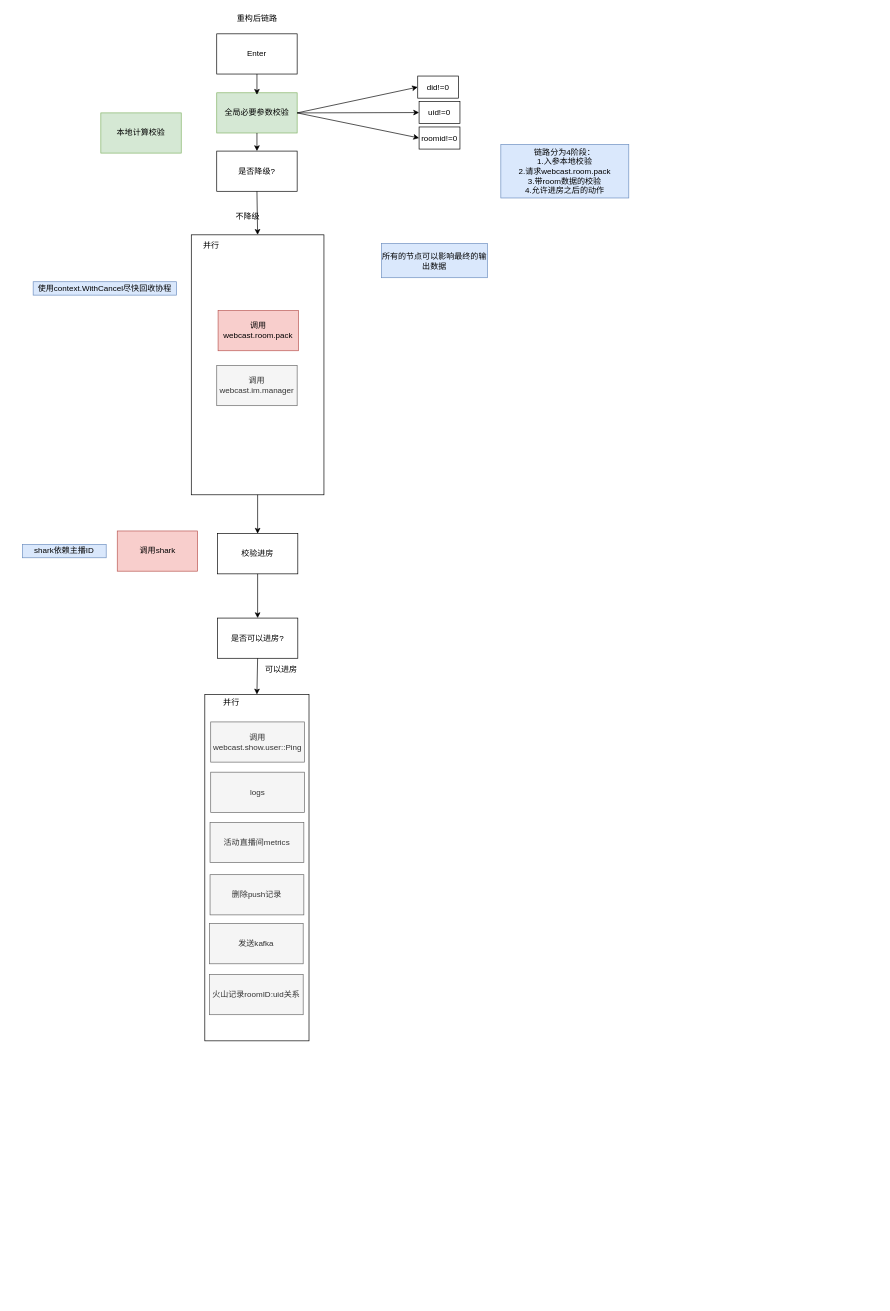
The draw.io diagram page "refactor" (3 of 3) of room_enter.drawio in xhd2015/bog, before the edit. Source tidied: cells renumbered, new cells numbered last; positions are measured from the earlier drawing's top-left corner, leaving out a move shared by most shapes. Both pictures are drawn from the tidied source at 67%, with x=0, y=0 at pixel (22, 11).
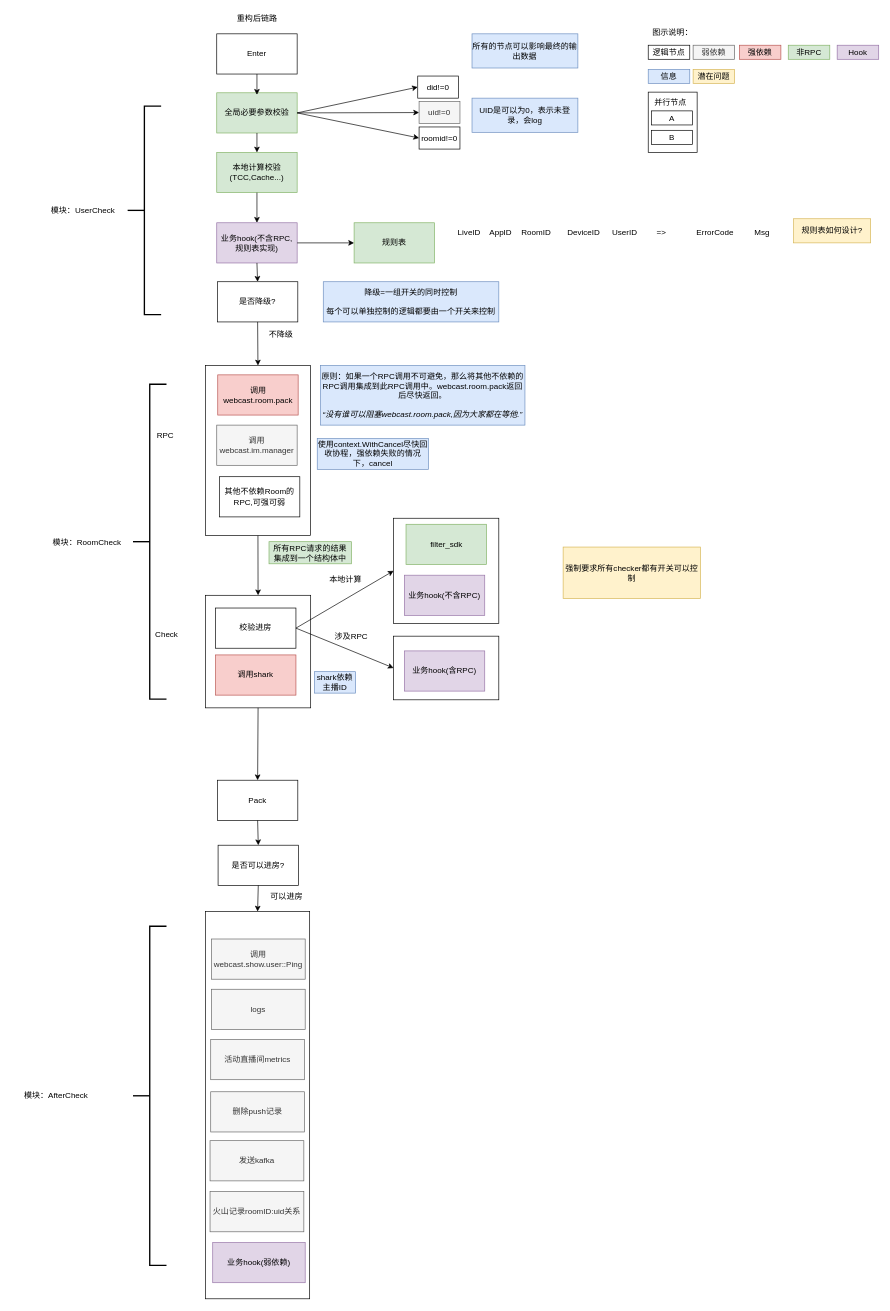
After the change.

Unchanged cells that the change refers to:
```xml
<mxCell id="4" value="全局必要参数校验" style="rounded=0;whiteSpace=wrap;html=1;fillColor=#d5e8d4;strokeColor=#82b366;" parent="1" vertex="1">
  <mxGeometry x="290" y="121" width="120" height="60" as="geometry" />
</mxCell>
```

The edit, as a diff of the source:
```diff
@@
+    <mxCell id="40" style="rounded=0;whiteSpace=wrap;html=1;fillColor=#ffffff;" parent="1" vertex="1">
+      <mxGeometry x="554" y="756" width="157" height="157" as="geometry" />
+    </mxCell>
+    <mxCell id="41" style="rounded=0;whiteSpace=wrap;html=1;fillColor=#ffffff;" parent="1" vertex="1">
+      <mxGeometry x="273.2" y="871" width="157" height="168" as="geometry" />
+    </mxCell>
@@
-    <mxCell id="7" value="uid!=0" style="rounded=0;whiteSpace=wrap;html=1;fillColor=#ffffff;" parent="1" vertex="1">
+    <mxCell id="7" value="uid!=0" style="rounded=0;whiteSpace=wrap;html=1;fillColor=#f5f5f5;strokeColor=#666666;fontColor=#333333;" parent="1" vertex="1">
       <mxGeometry x="592" y="134" width="61" height="33" as="geometry" />
     </mxCell>
@@
     <mxCell id="12" style="rounded=0;whiteSpace=wrap;html=1;fillColor=#ffffff;" parent="1" vertex="1">
-      <mxGeometry x="252" y="333" width="198" height="388" as="geometry" />
+      <mxGeometry x="273" y="528" width="157" height="254" as="geometry" />
     </mxCell>
-    <mxCell id="13" value="并行" style="text;html=1;strokeColor=none;fillColor=none;align=center;verticalAlign=middle;whiteSpace=wrap;rounded=0;" parent="1" vertex="1">
-      <mxGeometry x="261.5" y="339" width="40" height="20" as="geometry" />
-    </mxCell>
-    <mxCell id="14" value="本地计算校验" style="rounded=0;whiteSpace=wrap;html=1;fillColor=#d5e8d4;strokeColor=#82b366;" parent="1" vertex="1">
-      <mxGeometry x="117" y="151" width="120" height="60" as="geometry" />
+    <mxCell id="14" value="本地计算校验(TCC,Cache...)" style="rounded=0;whiteSpace=wrap;html=1;fillColor=#d5e8d4;strokeColor=#82b366;" parent="1" vertex="1">
+      <mxGeometry x="290" y="210" width="120" height="60" as="geometry" />
     </mxCell>
     <mxCell id="15" value="是否降级?" style="rounded=0;whiteSpace=wrap;html=1;fillColor=#ffffff;" parent="1" vertex="1">
-      <mxGeometry x="290" y="208" width="120" height="60" as="geometry" />
+      <mxGeometry x="291" y="403" width="120" height="60" as="geometry" />
     </mxCell>
     <mxCell id="16" value="调用webcast.room.pack" style="rounded=0;whiteSpace=wrap;html=1;fillColor=#f8cecc;strokeColor=#b85450;" parent="1" vertex="1">
-      <mxGeometry x="292" y="446" width="120" height="60" as="geometry" />
+      <mxGeometry x="291.5" y="542" width="120" height="60" as="geometry" />
     </mxCell>
-    <mxCell id="17" style="endArrow=classic;html=1;entryX=0.5;entryY=0;entryDx=0;entryDy=0;exitX=0.5;exitY=1;exitDx=0;exitDy=0;" parent="1" edge="1" source="4" target="15">
+    <mxCell id="17" style="endArrow=classic;html=1;entryX=0.5;entryY=0;entryDx=0;entryDy=0;exitX=0.5;exitY=1;exitDx=0;exitDy=0;" parent="1" edge="1" source="4" target="14">
       <mxGeometry relative="1" as="geometry" />
     </mxCell>
@@
-    <mxCell id="19" value="使用context.WithCancel尽快回收协程" style="text;html=1;strokeColor=#6c8ebf;fillColor=#dae8fc;align=center;verticalAlign=middle;whiteSpace=wrap;rounded=0;" parent="1" vertex="1">
-      <mxGeometry x="16" y="403" width="214" height="20" as="geometry" />
+    <mxCell id="19" value="使用context.WithCancel尽快回收协程，强依赖失败的情况下，cancel" style="text;html=1;strokeColor=#6c8ebf;fillColor=#dae8fc;align=center;verticalAlign=middle;whiteSpace=wrap;rounded=0;" parent="1" vertex="1">
+      <mxGeometry x="440" y="637" width="166" height="46" as="geometry" />
     </mxCell>
     <mxCell id="20" value="是否可以进房?" style="rounded=0;whiteSpace=wrap;html=1;fillColor=#ffffff;" parent="1" vertex="1">
-      <mxGeometry x="291" y="905" width="120" height="60" as="geometry" />
+      <mxGeometry x="292" y="1244" width="120" height="60" as="geometry" />
     </mxCell>
     <mxCell id="21" value="不降级" style="text;html=1;strokeColor=none;fillColor=none;align=center;verticalAlign=middle;whiteSpace=wrap;rounded=0;" parent="1" vertex="1">
-      <mxGeometry x="298" y="295" width="77" height="22" as="geometry" />
+      <mxGeometry x="358" y="471" width="56" height="22" as="geometry" />
     </mxCell>
     <mxCell id="22" value="可以进房" style="text;html=1;strokeColor=none;fillColor=none;align=center;verticalAlign=middle;whiteSpace=wrap;rounded=0;" parent="1" vertex="1">
-      <mxGeometry x="350" y="972" width="73" height="20" as="geometry" />
+      <mxGeometry x="358" y="1311" width="73" height="20" as="geometry" />
     </mxCell>
-    <mxCell id="23" style="endArrow=classic;html=1;exitX=0.5;exitY=1;exitDx=0;exitDy=0;entryX=0.5;entryY=0;entryDx=0;entryDy=0;" parent="1" edge="1" source="12" target="37">
+    <mxCell id="23" style="endArrow=classic;html=1;exitX=0.5;exitY=1;exitDx=0;exitDy=0;entryX=0.5;entryY=0;entryDx=0;entryDy=0;" parent="1" edge="1" source="12" target="41">
       <mxGeometry relative="1" as="geometry" />
     </mxCell>
     <mxCell id="24" style="rounded=0;whiteSpace=wrap;html=1;fillColor=#ffffff;" parent="1" vertex="1">
-      <mxGeometry x="272.2" y="1019" width="155.5" height="517" as="geometry" />
+      <mxGeometry x="273.2" y="1343" width="155.5" height="578" as="geometry" />
     </mxCell>
@@
-    <mxCell id="26" value="链路分为4阶段：&lt;br&gt;1.入参本地校验&lt;br&gt;2.请求webcast.room.pack&lt;br&gt;3.带room数据的校验&lt;br&gt;4.允许进房之后的动作" style="text;html=1;strokeColor=#6c8ebf;fillColor=#dae8fc;align=center;verticalAlign=middle;whiteSpace=wrap;rounded=0;" parent="1" vertex="1">
-      <mxGeometry x="714" y="198" width="191" height="80" as="geometry" />
-    </mxCell>
     <mxCell id="27" value="调用shark" style="rounded=0;whiteSpace=wrap;html=1;fillColor=#f8cecc;strokeColor=#b85450;" parent="1" vertex="1">
-      <mxGeometry x="141.5" y="775" width="120" height="60" as="geometry" />
+      <mxGeometry x="288.2" y="960" width="120" height="60" as="geometry" />
     </mxCell>
     <mxCell id="28" value="所有的节点可以影响最终的输出数据" style="text;html=1;strokeColor=#6c8ebf;fillColor=#dae8fc;align=center;verticalAlign=middle;whiteSpace=wrap;rounded=0;" parent="1" vertex="1">
-      <mxGeometry x="536" y="346" width="158" height="51" as="geometry" />
+      <mxGeometry x="671" y="33" width="158" height="51" as="geometry" />
     </mxCell>
     <mxCell id="29" value="调用webcast.im.manager" style="rounded=0;whiteSpace=wrap;html=1;fillColor=#f5f5f5;strokeColor=#666666;fontColor=#333333;" parent="1" vertex="1">
-      <mxGeometry x="290" y="528" width="120" height="60" as="geometry" />
+      <mxGeometry x="290" y="617" width="120" height="60" as="geometry" />
     </mxCell>
-    <mxCell id="30" value="并行" style="text;html=1;strokeColor=none;fillColor=none;align=center;verticalAlign=middle;whiteSpace=wrap;rounded=0;" parent="1" vertex="1">
-      <mxGeometry x="292" y="1021" width="40" height="20" as="geometry" />
-    </mxCell>
     <mxCell id="31" value="调用webcast.show.user::Ping" style="rounded=0;whiteSpace=wrap;html=1;fillColor=#f5f5f5;strokeColor=#666666;fontColor=#333333;" parent="1" vertex="1">
-      <mxGeometry x="281" y="1060" width="140" height="60" as="geometry" />
+      <mxGeometry x="282" y="1384" width="140" height="60" as="geometry" />
     </mxCell>
     <mxCell id="32" value="logs" style="rounded=0;whiteSpace=wrap;html=1;fillColor=#f5f5f5;strokeColor=#666666;fontColor=#333333;" parent="1" vertex="1">
-      <mxGeometry x="281" y="1135" width="140" height="60" as="geometry" />
+      <mxGeometry x="282" y="1459" width="140" height="60" as="geometry" />
     </mxCell>
     <mxCell id="33" value="活动直播间metrics" style="rounded=0;whiteSpace=wrap;html=1;fillColor=#f5f5f5;strokeColor=#666666;fontColor=#333333;" parent="1" vertex="1">
-      <mxGeometry x="280" y="1210" width="140" height="60" as="geometry" />
+      <mxGeometry x="281" y="1534" width="140" height="60" as="geometry" />
     </mxCell>
     <mxCell id="34" value="删除push记录" style="rounded=0;whiteSpace=wrap;html=1;fillColor=#f5f5f5;strokeColor=#666666;fontColor=#333333;" parent="1" vertex="1">
-      <mxGeometry x="280" y="1288" width="140" height="60" as="geometry" />
+      <mxGeometry x="281" y="1612" width="140" height="60" as="geometry" />
     </mxCell>
     <mxCell id="35" value="发送kafka" style="rounded=0;whiteSpace=wrap;html=1;fillColor=#f5f5f5;strokeColor=#666666;fontColor=#333333;" parent="1" vertex="1">
-      <mxGeometry x="279" y="1361" width="140" height="60" as="geometry" />
+      <mxGeometry x="280" y="1685" width="140" height="60" as="geometry" />
     </mxCell>
     <mxCell id="36" value="火山记录roomID:uid关系" style="rounded=0;whiteSpace=wrap;html=1;fillColor=#f5f5f5;strokeColor=#666666;fontColor=#333333;" parent="1" vertex="1">
-      <mxGeometry x="279" y="1437" width="140" height="60" as="geometry" />
+      <mxGeometry x="280" y="1761" width="140" height="60" as="geometry" />
     </mxCell>
     <mxCell id="37" value="校验进房" style="rounded=0;whiteSpace=wrap;html=1;fillColor=#ffffff;" parent="1" vertex="1">
-      <mxGeometry x="291" y="779" width="120" height="60" as="geometry" />
+      <mxGeometry x="288.2" y="890" width="120" height="60" as="geometry" />
     </mxCell>
-    <mxCell id="38" style="endArrow=classic;html=1;exitX=0.5;exitY=1;exitDx=0;exitDy=0;entryX=0.5;entryY=0;entryDx=0;entryDy=0;" parent="1" edge="1" source="37" target="20">
+    <mxCell id="38" style="endArrow=classic;html=1;exitX=0.5;exitY=1;exitDx=0;exitDy=0;entryX=0.5;entryY=0;entryDx=0;entryDy=0;" parent="1" edge="1" source="41" target="77">
       <mxGeometry relative="1" as="geometry" />
     </mxCell>
     <mxCell id="39" value="shark依赖主播ID" style="text;html=1;strokeColor=#6c8ebf;fillColor=#dae8fc;align=center;verticalAlign=middle;whiteSpace=wrap;rounded=0;" parent="1" vertex="1">
-      <mxGeometry y="795" width="125" height="20" as="geometry" />
+      <mxGeometry x="436" y="985" width="61.2" height="32" as="geometry" />
     </mxCell>
+    <mxCell id="42" style="endArrow=classic;html=1;entryX=0.5;entryY=0;entryDx=0;entryDy=0;exitX=0.5;exitY=1;exitDx=0;exitDy=0;" parent="1" edge="1" source="14" target="44">
+      <mxGeometry relative="1" as="geometry" />
+    </mxCell>
+    <mxCell id="43" value="UID是可以为0，表示未登录，会log" style="text;html=1;strokeColor=#6c8ebf;fillColor=#dae8fc;align=center;verticalAlign=middle;whiteSpace=wrap;rounded=0;" parent="1" vertex="1">
+      <mxGeometry x="671" y="129" width="158" height="51" as="geometry" />
+    </mxCell>
+    <mxCell id="44" value="业务hook(不含RPC,规则表实现)" style="rounded=0;whiteSpace=wrap;html=1;fillColor=#e1d5e7;strokeColor=#9673a6;" parent="1" vertex="1">
+      <mxGeometry x="290" y="315" width="120" height="60" as="geometry" />
+    </mxCell>
+    <mxCell id="45" style="endArrow=classic;html=1;entryX=0.5;entryY=0;entryDx=0;entryDy=0;exitX=0.5;exitY=1;exitDx=0;exitDy=0;" parent="1" edge="1" source="44" target="15">
+      <mxGeometry relative="1" as="geometry" />
+    </mxCell>
+    <mxCell id="46" style="endArrow=classic;html=1;exitX=1;exitY=0.5;exitDx=0;exitDy=0;entryX=0;entryY=0.5;entryDx=0;entryDy=0;" parent="1" edge="1" source="44" target="47">
+      <mxGeometry relative="1" as="geometry" />
+    </mxCell>
+    <mxCell id="47" value="规则表" style="rounded=0;whiteSpace=wrap;html=1;fillColor=#d5e8d4;strokeColor=#82b366;" parent="1" vertex="1">
+      <mxGeometry x="495" y="315" width="120" height="60" as="geometry" />
+    </mxCell>
+    <mxCell id="48" value="LiveID" style="text;html=1;strokeColor=none;fillColor=none;align=center;verticalAlign=middle;whiteSpace=wrap;rounded=0;" parent="1" vertex="1">
+      <mxGeometry x="647" y="320" width="40" height="20" as="geometry" />
+    </mxCell>
+    <mxCell id="49" value="AppID" style="text;html=1;strokeColor=none;fillColor=none;align=center;verticalAlign=middle;whiteSpace=wrap;rounded=0;" parent="1" vertex="1">
+      <mxGeometry x="694" y="320" width="40" height="20" as="geometry" />
+    </mxCell>
+    <mxCell id="50" value="=&amp;gt;" style="text;html=1;strokeColor=none;fillColor=none;align=center;verticalAlign=middle;whiteSpace=wrap;rounded=0;" parent="1" vertex="1">
+      <mxGeometry x="934" y="320" width="40" height="20" as="geometry" />
+    </mxCell>
+    <mxCell id="51" value="ErrorCode" style="text;html=1;strokeColor=none;fillColor=none;align=center;verticalAlign=middle;whiteSpace=wrap;rounded=0;" parent="1" vertex="1">
+      <mxGeometry x="1000" y="320" width="68" height="20" as="geometry" />
+    </mxCell>
+    <mxCell id="52" value="Msg" style="text;html=1;strokeColor=none;fillColor=none;align=center;verticalAlign=middle;whiteSpace=wrap;rounded=0;" parent="1" vertex="1">
+      <mxGeometry x="1070" y="320" width="68" height="20" as="geometry" />
+    </mxCell>
+    <mxCell id="53" value="DeviceID" style="text;html=1;strokeColor=none;fillColor=none;align=center;verticalAlign=middle;whiteSpace=wrap;rounded=0;" parent="1" vertex="1">
+      <mxGeometry x="818" y="320" width="40" height="20" as="geometry" />
+    </mxCell>
+    <mxCell id="54" value="RoomID" style="text;html=1;strokeColor=none;fillColor=none;align=center;verticalAlign=middle;whiteSpace=wrap;rounded=0;" parent="1" vertex="1">
+      <mxGeometry x="747" y="320" width="40" height="20" as="geometry" />
+    </mxCell>
+    <mxCell id="55" value="UserID" style="text;html=1;strokeColor=none;fillColor=none;align=center;verticalAlign=middle;whiteSpace=wrap;rounded=0;" parent="1" vertex="1">
+      <mxGeometry x="879" y="320" width="40" height="20" as="geometry" />
+    </mxCell>
+    <mxCell id="56" value="规则表如何设计?" style="text;html=1;strokeColor=#d6b656;fillColor=#fff2cc;align=center;verticalAlign=middle;whiteSpace=wrap;rounded=0;" parent="1" vertex="1">
+      <mxGeometry x="1151" y="309" width="115" height="36" as="geometry" />
+    </mxCell>
+    <mxCell id="57" value="其他不依赖Room的RPC,可强可弱" style="rounded=0;whiteSpace=wrap;html=1;" parent="1" vertex="1">
+      <mxGeometry x="294" y="694" width="120" height="60" as="geometry" />
+    </mxCell>
+    <mxCell id="58" value="原则：如果一个RPC调用不可避免，那么将其他不依赖的RPC调用集成到此RPC调用中。webcast.room.pack返回后尽快返回。&lt;br&gt;&lt;br&gt;&lt;i&gt;“没有谁可以阻塞webcast.room.pack,因为大家都在等他.”&lt;/i&gt;" style="text;html=1;strokeColor=#6c8ebf;fillColor=#dae8fc;align=center;verticalAlign=middle;whiteSpace=wrap;rounded=0;" parent="1" vertex="1">
+      <mxGeometry x="445" y="528" width="305" height="89" as="geometry" />
+    </mxCell>
+    <mxCell id="59" value="filter_sdk" style="rounded=0;whiteSpace=wrap;html=1;fillColor=#d5e8d4;strokeColor=#82b366;" parent="1" vertex="1">
+      <mxGeometry x="572.5" y="765" width="120" height="60" as="geometry" />
+    </mxCell>
+    <mxCell id="60" style="endArrow=classic;html=1;exitX=1;exitY=0.5;exitDx=0;exitDy=0;entryX=0;entryY=0.5;entryDx=0;entryDy=0;" parent="1" edge="1" source="37" target="40">
+      <mxGeometry relative="1" as="geometry" />
+    </mxCell>
+    <mxCell id="61" value="业务hook(不含RPC)" style="rounded=0;whiteSpace=wrap;html=1;fillColor=#e1d5e7;strokeColor=#9673a6;" parent="1" vertex="1">
+      <mxGeometry x="570" y="841" width="120" height="60" as="geometry" />
+    </mxCell>
+    <mxCell id="62" style="rounded=0;whiteSpace=wrap;html=1;fillColor=#ffffff;" parent="1" vertex="1">
+      <mxGeometry x="554" y="932" width="157" height="95" as="geometry" />
+    </mxCell>
+    <mxCell id="63" value="业务hook(含RPC)" style="rounded=0;whiteSpace=wrap;html=1;fillColor=#e1d5e7;strokeColor=#9673a6;" parent="1" vertex="1">
+      <mxGeometry x="570" y="954" width="120" height="60" as="geometry" />
+    </mxCell>
+    <mxCell id="64" style="endArrow=classic;html=1;exitX=1;exitY=0.5;exitDx=0;exitDy=0;entryX=0;entryY=0.5;entryDx=0;entryDy=0;" parent="1" edge="1" source="37" target="62">
+      <mxGeometry relative="1" as="geometry" />
+    </mxCell>
+    <mxCell id="65" value="业务hook(弱依赖)" style="rounded=0;whiteSpace=wrap;html=1;fillColor=#e1d5e7;strokeColor=#9673a6;" parent="1" vertex="1">
+      <mxGeometry x="284" y="1837" width="138" height="60" as="geometry" />
+    </mxCell>
+    <mxCell id="66" value="本地计算" style="text;html=1;strokeColor=none;fillColor=none;align=center;verticalAlign=middle;whiteSpace=wrap;rounded=0;" parent="1" vertex="1">
+      <mxGeometry x="457" y="838" width="51" height="20" as="geometry" />
+    </mxCell>
+    <mxCell id="67" value="涉及RPC" style="text;html=1;strokeColor=none;fillColor=none;align=center;verticalAlign=middle;whiteSpace=wrap;rounded=0;" parent="1" vertex="1">
+      <mxGeometry x="455" y="922" width="72" height="20" as="geometry" />
+    </mxCell>
+    <mxCell id="68" value="所有RPC请求的结果集成到一个结构体中" style="text;html=1;strokeColor=#82b366;fillColor=#d5e8d4;align=center;verticalAlign=middle;whiteSpace=wrap;rounded=0;" parent="1" vertex="1">
+      <mxGeometry x="368" y="791" width="123" height="33" as="geometry" />
+    </mxCell>
+    <mxCell id="69" style="strokeWidth=2;html=1;shape=mxgraph.flowchart.annotation_2;align=left;labelPosition=right;fillColor=#FFFFFF;" parent="1" vertex="1">
+      <mxGeometry x="157" y="141" width="50" height="311" as="geometry" />
+    </mxCell>
+    <mxCell id="70" value="模块：UserCheck" style="text;html=1;strokeColor=none;fillColor=none;align=center;verticalAlign=middle;whiteSpace=wrap;rounded=0;" parent="1" vertex="1">
+      <mxGeometry x="24" y="286.5" width="133" height="20" as="geometry" />
+    </mxCell>
+    <mxCell id="71" style="strokeWidth=2;html=1;shape=mxgraph.flowchart.annotation_2;align=left;labelPosition=right;fillColor=#FFFFFF;" parent="1" vertex="1">
+      <mxGeometry x="165" y="556" width="50" height="470" as="geometry" />
+    </mxCell>
+    <mxCell id="72" value="模块：RoomCheck" style="text;html=1;strokeColor=none;fillColor=none;align=center;verticalAlign=middle;whiteSpace=wrap;rounded=0;" parent="1" vertex="1">
+      <mxGeometry x="30" y="782" width="133" height="20" as="geometry" />
+    </mxCell>
+    <mxCell id="73" value="RPC" style="text;html=1;strokeColor=none;fillColor=none;align=center;verticalAlign=bottom;whiteSpace=wrap;rounded=0;horizontal=1;" parent="1" vertex="1">
+      <mxGeometry x="202" y="619" width="23" height="23" as="geometry" />
+    </mxCell>
+    <mxCell id="74" value="Check" style="text;html=1;strokeColor=none;fillColor=none;align=center;verticalAlign=bottom;whiteSpace=wrap;rounded=0;horizontal=1;" parent="1" vertex="1">
+      <mxGeometry x="204" y="916" width="23" height="23" as="geometry" />
+    </mxCell>
+    <mxCell id="75" style="strokeWidth=2;html=1;shape=mxgraph.flowchart.annotation_2;align=left;labelPosition=right;fillColor=#FFFFFF;" parent="1" vertex="1">
+      <mxGeometry x="165" y="1365" width="50" height="506" as="geometry" />
+    </mxCell>
+    <mxCell id="76" value="模块：AfterCheck" style="text;html=1;strokeColor=none;fillColor=none;align=center;verticalAlign=middle;whiteSpace=wrap;rounded=0;" parent="1" vertex="1">
+      <mxGeometry x="-16" y="1608" width="133" height="20" as="geometry" />
+    </mxCell>
+    <mxCell id="77" value="Pack" style="rounded=0;whiteSpace=wrap;html=1;fillColor=#ffffff;" parent="1" vertex="1">
+      <mxGeometry x="291" y="1147" width="120" height="60" as="geometry" />
+    </mxCell>
+    <mxCell id="78" style="endArrow=classic;html=1;exitX=0.5;exitY=1;exitDx=0;exitDy=0;entryX=0.5;entryY=0;entryDx=0;entryDy=0;" parent="1" edge="1" source="77" target="20">
+      <mxGeometry relative="1" as="geometry" />
+    </mxCell>
+    <mxCell id="79" value="降级=一组开关的同时控制&lt;br&gt;&lt;br&gt;每个可以单独控制的逻辑都要由一个开关来控制" style="text;html=1;strokeColor=#6c8ebf;fillColor=#dae8fc;align=center;verticalAlign=middle;whiteSpace=wrap;rounded=0;" parent="1" vertex="1">
+      <mxGeometry x="449" y="403" width="262" height="60" as="geometry" />
+    </mxCell>
+    <mxCell id="80" value="强制要求所有checker都有开关可以控制" style="text;html=1;strokeColor=#d6b656;fillColor=#fff2cc;align=center;verticalAlign=middle;whiteSpace=wrap;rounded=0;" parent="1" vertex="1">
+      <mxGeometry x="807" y="799" width="205" height="77" as="geometry" />
+    </mxCell>
+    <mxCell id="81" style="group;" parent="1" vertex="1">
+      <mxGeometry x="934" y="21" width="344" height="189" as="geometry" />
+    </mxCell>
+    <mxCell id="82" value="逻辑节点" style="rounded=0;whiteSpace=wrap;html=1;fillColor=#FFFFFF;align=center;verticalAlign=middle;" parent="81" vertex="1">
+      <mxGeometry y="29" width="62" height="21" as="geometry" />
+    </mxCell>
+    <mxCell id="83" value="非RPC" style="rounded=0;whiteSpace=wrap;html=1;fillColor=#d5e8d4;align=center;verticalAlign=middle;strokeColor=#82b366;" parent="81" vertex="1">
+      <mxGeometry x="209" y="29" width="62" height="21" as="geometry" />
+    </mxCell>
+    <mxCell id="84" value="强依赖" style="rounded=0;whiteSpace=wrap;html=1;fillColor=#f8cecc;align=center;verticalAlign=middle;strokeColor=#b85450;" parent="81" vertex="1">
+      <mxGeometry x="136" y="29" width="62" height="21" as="geometry" />
+    </mxCell>
+    <mxCell id="85" value="弱依赖" style="rounded=0;whiteSpace=wrap;html=1;fillColor=#f5f5f5;align=center;verticalAlign=middle;strokeColor=#666666;fontColor=#333333;" parent="81" vertex="1">
+      <mxGeometry x="67" y="29" width="62" height="21" as="geometry" />
+    </mxCell>
+    <mxCell id="86" value="潜在问题" style="rounded=0;whiteSpace=wrap;html=1;fillColor=#fff2cc;align=center;verticalAlign=middle;strokeColor=#d6b656;" parent="81" vertex="1">
+      <mxGeometry x="67" y="65" width="62" height="21" as="geometry" />
+    </mxCell>
+    <mxCell id="87" value="Hook" style="rounded=0;whiteSpace=wrap;html=1;fillColor=#e1d5e7;align=center;verticalAlign=middle;strokeColor=#9673a6;" parent="81" vertex="1">
+      <mxGeometry x="282" y="29" width="62" height="21" as="geometry" />
+    </mxCell>
+    <mxCell id="88" value="信息" style="rounded=0;whiteSpace=wrap;html=1;fillColor=#dae8fc;align=center;verticalAlign=middle;strokeColor=#6c8ebf;" parent="81" vertex="1">
+      <mxGeometry y="65" width="62" height="21" as="geometry" />
+    </mxCell>
+    <mxCell id="89" style="rounded=0;whiteSpace=wrap;html=1;fillColor=#FFFFFF;align=center;verticalAlign=middle;" parent="81" vertex="1">
+      <mxGeometry y="99" width="73" height="90" as="geometry" />
+    </mxCell>
+    <mxCell id="90" value="并行节点" style="text;html=1;strokeColor=none;fillColor=none;align=center;verticalAlign=middle;whiteSpace=wrap;rounded=0;" parent="81" vertex="1">
+      <mxGeometry x="7" y="104" width="53" height="20" as="geometry" />
+    </mxCell>
+    <mxCell id="91" value="A" style="rounded=0;whiteSpace=wrap;html=1;fillColor=#FFFFFF;align=center;verticalAlign=middle;" parent="81" vertex="1">
+      <mxGeometry x="5" y="127" width="61" height="21" as="geometry" />
+    </mxCell>
+    <mxCell id="92" value="B" style="rounded=0;whiteSpace=wrap;html=1;fillColor=#FFFFFF;align=center;verticalAlign=middle;" parent="81" vertex="1">
+      <mxGeometry x="5" y="156" width="61" height="21" as="geometry" />
+    </mxCell>
+    <mxCell id="93" value="图示说明：" style="text;html=1;strokeColor=none;fillColor=none;align=center;verticalAlign=middle;whiteSpace=wrap;rounded=0;" parent="81" vertex="1">
+      <mxGeometry width="73" height="20" as="geometry" />
+    </mxCell>
```
